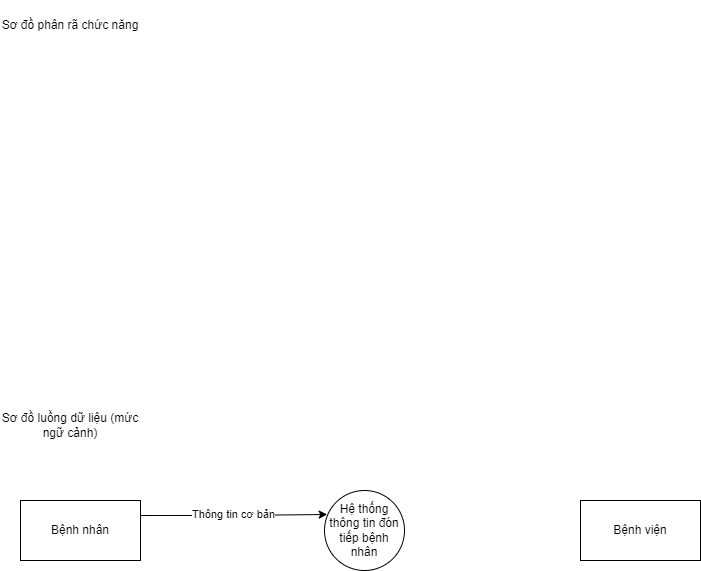
Earlier version of the draw.io export DFD4.png (InfiniteByte1811/branch1). Source tidied: cells renumbered, new cells last; positions are measured from the earlier drawing's top-left corner, leaving out a move shared by most shapes.
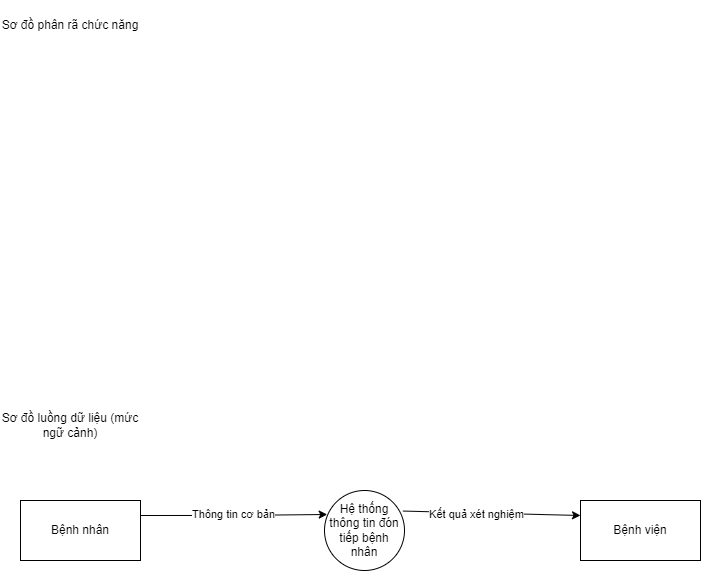
Above is the later version.

Commit message:
Cập nhật DFD4.png

Change to the diagram source:
```diff
@@ -20,5 +20,11 @@
     <mxCell id="7" value="Hệ thống thông tin đón tiếp bệnh nhân" style="ellipse;whiteSpace=wrap;html=1;" parent="1" vertex="1">
       <mxGeometry x="324" y="490" width="80" height="80" as="geometry" />
     </mxCell>
+    <mxCell id="8" style="endArrow=classic;html=1;rounded=0;entryX=0;entryY=0.25;entryDx=0;entryDy=0;exitX=0.98;exitY=0.257;exitDx=0;exitDy=0;exitPerimeter=0;" parent="1" edge="1" source="7" target="6">
+      <mxGeometry relative="1" as="geometry" />
+    </mxCell>
+    <mxCell id="9" value="Kết quả xét nghiệm" style="edgeLabel;html=1;align=center;verticalAlign=middle;" parent="8" vertex="1">
+      <mxGeometry x="-0.18" y="-1" relative="1" as="geometry" />
+    </mxCell>
   </root>
 </mxGraphModel>
```
